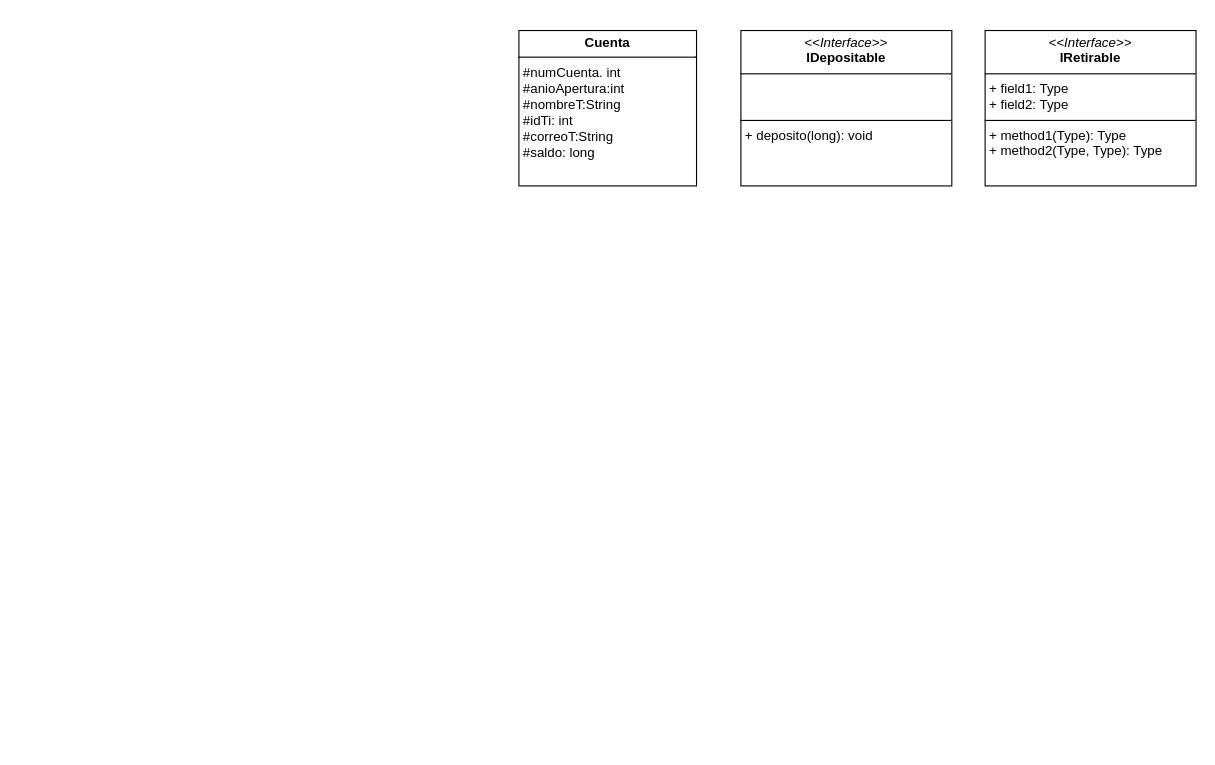
Above: DiagramaActividad7.drawio in Mariana909/Clases-Abstractas (draw.io), before the change. Source tidied: cells renumbered, new cells numbered last; positions are measured from the earlier drawing's top-left corner, leaving out a move shared by most shapes. Both pictures are drawn from the tidied source at 111%, with x=0, y=0 at pixel (518, 30).
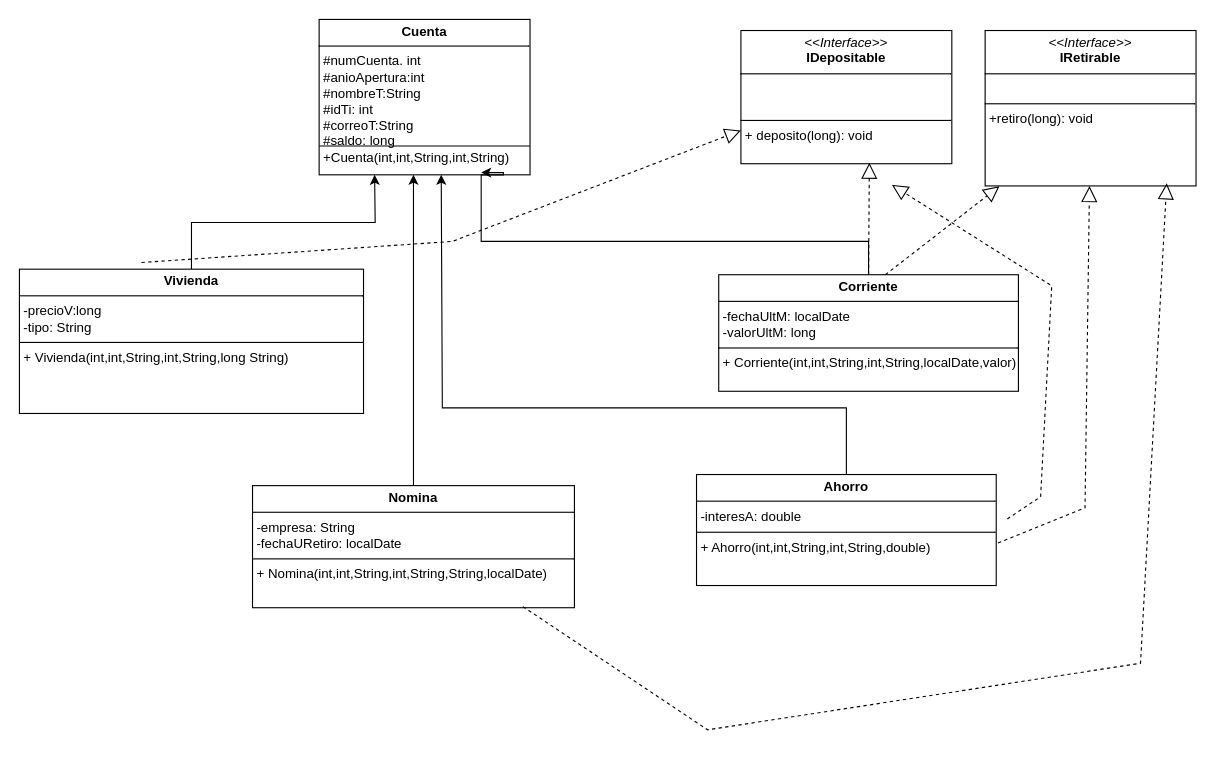
After the change.

The edit, as a diff of the source:
```diff
@@
-    <mxCell id="2" value="&lt;p style=&quot;margin:0px;margin-top:4px;text-align:center;&quot;&gt;&lt;b&gt;Cuenta&lt;/b&gt;&lt;/p&gt;&lt;hr size=&quot;1&quot; style=&quot;border-style:solid;&quot;&gt;&lt;p style=&quot;margin:0px;margin-left:4px;&quot;&gt;#numCuenta. int&lt;/p&gt;&lt;p style=&quot;margin:0px;margin-left:4px;&quot;&gt;#anioApertura:int&lt;/p&gt;&lt;p style=&quot;margin:0px;margin-left:4px;&quot;&gt;#nombreT:String&lt;/p&gt;&lt;p style=&quot;margin:0px;margin-left:4px;&quot;&gt;#idTi: int&lt;/p&gt;&lt;p style=&quot;margin:0px;margin-left:4px;&quot;&gt;#correoT:String&lt;/p&gt;&lt;p style=&quot;margin:0px;margin-left:4px;&quot;&gt;#saldo: long&lt;/p&gt;&lt;p style=&quot;margin:0px;margin-left:4px;&quot;&gt;&lt;br&gt;&lt;/p&gt;" style="verticalAlign=top;align=left;overflow=fill;html=1;whiteSpace=wrap;" parent="1" vertex="1">
-      <mxGeometry width="160" height="140" as="geometry" />
+    <mxCell id="2" value="&lt;p style=&quot;margin:0px;margin-top:4px;text-align:center;&quot;&gt;&lt;b&gt;Cuenta&lt;/b&gt;&lt;/p&gt;&lt;hr size=&quot;1&quot; style=&quot;border-style:solid;&quot;&gt;&lt;p style=&quot;margin:0px;margin-left:4px;&quot;&gt;#numCuenta. int&lt;/p&gt;&lt;p style=&quot;margin:0px;margin-left:4px;&quot;&gt;#anioApertura:int&lt;/p&gt;&lt;p style=&quot;margin:0px;margin-left:4px;&quot;&gt;#nombreT:String&lt;/p&gt;&lt;p style=&quot;margin:0px;margin-left:4px;&quot;&gt;#idTi: int&lt;/p&gt;&lt;p style=&quot;margin:0px;margin-left:4px;&quot;&gt;#correoT:String&lt;/p&gt;&lt;p style=&quot;margin:0px;margin-left:4px;&quot;&gt;#saldo: long&lt;/p&gt;&lt;p style=&quot;margin:0px;margin-left:4px;&quot;&gt;+Cuenta(int,int,String,int,String)&lt;/p&gt;" style="verticalAlign=top;align=left;overflow=fill;html=1;whiteSpace=wrap;" parent="1" vertex="1">
+      <mxGeometry x="-180" y="-10" width="190" height="140" as="geometry" />
     </mxCell>
     <mxCell id="3" value="&lt;p style=&quot;margin:0px;margin-top:4px;text-align:center;&quot;&gt;&lt;i&gt;&amp;lt;&amp;lt;Interface&amp;gt;&amp;gt;&lt;/i&gt;&lt;br&gt;&lt;b&gt;IDepositable&lt;/b&gt;&lt;/p&gt;&lt;hr size=&quot;1&quot; style=&quot;border-style:solid;&quot;&gt;&lt;p style=&quot;margin:0px;margin-left:4px;&quot;&gt;&lt;br&gt;&lt;br&gt;&lt;/p&gt;&lt;hr size=&quot;1&quot; style=&quot;border-style:solid;&quot;&gt;&lt;p style=&quot;margin:0px;margin-left:4px;&quot;&gt;+ deposito(long): void&lt;br&gt;&lt;br&gt;&lt;/p&gt;" style="verticalAlign=top;align=left;overflow=fill;html=1;whiteSpace=wrap;" parent="1" vertex="1">
-      <mxGeometry x="200" width="190" height="140" as="geometry" />
+      <mxGeometry x="200" width="190" height="120" as="geometry" />
     </mxCell>
-    <mxCell id="4" value="&lt;p style=&quot;margin:0px;margin-top:4px;text-align:center;&quot;&gt;&lt;i&gt;&amp;lt;&amp;lt;Interface&amp;gt;&amp;gt;&lt;/i&gt;&lt;br&gt;&lt;b&gt;IRetirable&lt;/b&gt;&lt;/p&gt;&lt;hr size=&quot;1&quot; style=&quot;border-style:solid;&quot;&gt;&lt;p style=&quot;margin:0px;margin-left:4px;&quot;&gt;+ field1: Type&lt;br&gt;+ field2: Type&lt;/p&gt;&lt;hr size=&quot;1&quot; style=&quot;border-style:solid;&quot;&gt;&lt;p style=&quot;margin:0px;margin-left:4px;&quot;&gt;+ method1(Type): Type&lt;br&gt;+ method2(Type, Type): Type&lt;/p&gt;" style="verticalAlign=top;align=left;overflow=fill;html=1;whiteSpace=wrap;" parent="1" vertex="1">
+    <mxCell id="4" value="&lt;p style=&quot;margin:0px;margin-top:4px;text-align:center;&quot;&gt;&lt;i&gt;&amp;lt;&amp;lt;Interface&amp;gt;&amp;gt;&lt;/i&gt;&lt;br&gt;&lt;b&gt;IRetirable&lt;/b&gt;&lt;/p&gt;&lt;hr size=&quot;1&quot; style=&quot;border-style:solid;&quot;&gt;&lt;p style=&quot;margin:0px;margin-left:4px;&quot;&gt;&lt;br&gt;&lt;/p&gt;&lt;hr size=&quot;1&quot; style=&quot;border-style:solid;&quot;&gt;&lt;p style=&quot;margin:0px;margin-left:4px;&quot;&gt;+retiro(long): void&lt;br&gt;&lt;br&gt;&lt;/p&gt;" style="verticalAlign=top;align=left;overflow=fill;html=1;whiteSpace=wrap;" parent="1" vertex="1">
       <mxGeometry x="420" width="190" height="140" as="geometry" />
     </mxCell>
+    <mxCell id="5" style="edgeStyle=orthogonalEdgeStyle;rounded=0;jettySize=auto;html=1;exitX=0.5;exitY=0;exitDx=0;exitDy=0;" parent="1" edge="1" source="6">
+      <mxGeometry relative="1" as="geometry">
+        <mxPoint x="-130" y="130" as="targetPoint" />
+      </mxGeometry>
+    </mxCell>
+    <mxCell id="6" value="&lt;p style=&quot;margin:0px;margin-top:4px;text-align:center;&quot;&gt;&lt;b&gt;Vivienda&lt;/b&gt;&lt;/p&gt;&lt;hr size=&quot;1&quot; style=&quot;border-style:solid;&quot;&gt;&lt;p style=&quot;margin:0px;margin-left:4px;&quot;&gt;-precioV:long&lt;/p&gt;&lt;p style=&quot;margin:0px;margin-left:4px;&quot;&gt;-tipo: String&lt;/p&gt;&lt;hr size=&quot;1&quot; style=&quot;border-style:solid;&quot;&gt;&lt;p style=&quot;margin:0px;margin-left:4px;&quot;&gt;+ Vivienda(int,int,String,int,String,long String)&lt;/p&gt;" style="verticalAlign=top;align=left;overflow=fill;html=1;whiteSpace=wrap;" parent="1" vertex="1">
+      <mxGeometry x="-450" y="215" width="310" height="130" as="geometry" />
+    </mxCell>
+    <mxCell id="7" value="&lt;p style=&quot;margin:0px;margin-top:4px;text-align:center;&quot;&gt;&lt;b&gt;Corriente&lt;/b&gt;&lt;/p&gt;&lt;hr size=&quot;1&quot; style=&quot;border-style:solid;&quot;&gt;&lt;p style=&quot;margin:0px;margin-left:4px;&quot;&gt;-fechaUltM: localDate&lt;/p&gt;&lt;p style=&quot;margin:0px;margin-left:4px;&quot;&gt;-valorUltM: long&lt;/p&gt;&lt;hr size=&quot;1&quot; style=&quot;border-style:solid;&quot;&gt;&lt;p style=&quot;margin:0px;margin-left:4px;&quot;&gt;+ Corriente(&lt;span style=&quot;background-color: initial;&quot;&gt;int,int,String,int,String,localDate,valor)&lt;/span&gt;&lt;/p&gt;" style="verticalAlign=top;align=left;overflow=fill;html=1;whiteSpace=wrap;" parent="1" vertex="1">
+      <mxGeometry x="180" y="220" width="270" height="105" as="geometry" />
+    </mxCell>
+    <mxCell id="8" style="edgeStyle=orthogonalEdgeStyle;rounded=0;jettySize=auto;html=1;exitX=0.5;exitY=0;exitDx=0;exitDy=0;" parent="1" edge="1" source="9">
+      <mxGeometry relative="1" as="geometry">
+        <mxPoint x="-70" y="130" as="targetPoint" />
+        <Array as="points">
+          <mxPoint x="295" y="340" />
+          <mxPoint x="-69" y="340" />
+        </Array>
+      </mxGeometry>
+    </mxCell>
+    <mxCell id="9" value="&lt;p style=&quot;margin:0px;margin-top:4px;text-align:center;&quot;&gt;&lt;b&gt;Ahorro&lt;/b&gt;&lt;/p&gt;&lt;hr size=&quot;1&quot; style=&quot;border-style:solid;&quot;&gt;&lt;p style=&quot;margin:0px;margin-left:4px;&quot;&gt;-interesA: double&lt;/p&gt;&lt;hr size=&quot;1&quot; style=&quot;border-style:solid;&quot;&gt;&lt;p style=&quot;margin:0px;margin-left:4px;&quot;&gt;+ Ahorro(&lt;span style=&quot;background-color: initial;&quot;&gt;int,int,String,int,String,double)&lt;/span&gt;&lt;/p&gt;" style="verticalAlign=top;align=left;overflow=fill;html=1;whiteSpace=wrap;" parent="1" vertex="1">
+      <mxGeometry x="160" y="400" width="270" height="100" as="geometry" />
+    </mxCell>
+    <mxCell id="10" style="edgeStyle=orthogonalEdgeStyle;rounded=0;jettySize=auto;html=1;exitX=0.5;exitY=0;exitDx=0;exitDy=0;" parent="1" edge="1" source="11">
+      <mxGeometry relative="1" as="geometry">
+        <mxPoint x="-95" y="130" as="targetPoint" />
+      </mxGeometry>
+    </mxCell>
+    <mxCell id="11" value="&lt;p style=&quot;margin:0px;margin-top:4px;text-align:center;&quot;&gt;&lt;b&gt;Nomina&lt;/b&gt;&lt;/p&gt;&lt;hr size=&quot;1&quot; style=&quot;border-style:solid;&quot;&gt;&lt;p style=&quot;margin:0px;margin-left:4px;&quot;&gt;-empresa: String&lt;/p&gt;&lt;p style=&quot;margin:0px;margin-left:4px;&quot;&gt;-fechaURetiro: localDate&lt;/p&gt;&lt;hr size=&quot;1&quot; style=&quot;border-style:solid;&quot;&gt;&lt;p style=&quot;margin:0px;margin-left:4px;&quot;&gt;+ Nomina(&lt;span style=&quot;background-color: initial;&quot;&gt;int,int,String,int,String,String,localDate)&lt;/span&gt;&lt;/p&gt;" style="verticalAlign=top;align=left;overflow=fill;html=1;whiteSpace=wrap;" parent="1" vertex="1">
+      <mxGeometry x="-240" y="410" width="290" height="110" as="geometry" />
+    </mxCell>
+    <mxCell id="12" style="line;strokeWidth=1;fillColor=none;align=left;verticalAlign=middle;spacingTop=-1;spacingLeft=3;spacingRight=3;labelPosition=right;strokeColor=inherit;" parent="1" vertex="1">
+      <mxGeometry x="-180" y="100" width="190" height="8" as="geometry" />
+    </mxCell>
+    <mxCell id="13" style="edgeStyle=orthogonalEdgeStyle;rounded=0;jettySize=auto;html=1;" parent="1" edge="1" source="7">
+      <mxGeometry relative="1" as="geometry">
+        <mxPoint x="-34" y="128" as="targetPoint" />
+        <Array as="points">
+          <mxPoint x="315" y="190" />
+          <mxPoint x="-34" y="190" />
+          <mxPoint x="-34" y="130" />
+          <mxPoint x="-14" y="130" />
+          <mxPoint x="-14" y="128" />
+        </Array>
+      </mxGeometry>
+    </mxCell>
+    <mxCell id="14" style="endArrow=block;dashed=1;endFill=0;endSize=12;html=1;rounded=0;exitX=0.5;exitY=0;exitDx=0;exitDy=0;entryX=0.609;entryY=0.992;entryDx=0;entryDy=0;entryPerimeter=0;" parent="1" edge="1" source="7" target="3">
+      <mxGeometry relative="1" as="geometry" />
+    </mxCell>
+    <mxCell id="15" style="endArrow=block;dashed=1;endFill=0;endSize=12;html=1;rounded=0;exitX=0.556;exitY=0;exitDx=0;exitDy=0;entryX=0.068;entryY=1.002;entryDx=0;entryDy=0;entryPerimeter=0;exitPerimeter=0;" parent="1" edge="1" source="7" target="4">
+      <mxGeometry relative="1" as="geometry" />
+    </mxCell>
+    <mxCell id="16" style="endArrow=block;dashed=1;endFill=0;endSize=12;html=1;rounded=0;entryX=0.609;entryY=0.992;entryDx=0;entryDy=0;entryPerimeter=0;" parent="1" edge="1">
+      <mxGeometry relative="1" as="geometry">
+        <mxPoint x="440" y="440" as="sourcePoint" />
+        <mxPoint x="336" y="139" as="targetPoint" />
+        <Array as="points">
+          <mxPoint x="470" y="420" />
+          <mxPoint x="480" y="230" />
+        </Array>
+      </mxGeometry>
+    </mxCell>
+    <mxCell id="17" style="endArrow=block;dashed=1;endFill=0;endSize=12;html=1;rounded=0;exitX=1.006;exitY=0.617;exitDx=0;exitDy=0;exitPerimeter=0;" parent="1" edge="1" source="9" target="4">
+      <mxGeometry relative="1" as="geometry">
+        <Array as="points">
+          <mxPoint x="510" y="430" />
+        </Array>
+      </mxGeometry>
+    </mxCell>
+    <mxCell id="18" style="endArrow=block;dashed=1;endFill=0;endSize=12;html=1;rounded=0;exitX=0.84;exitY=0.991;exitDx=0;exitDy=0;exitPerimeter=0;entryX=0.861;entryY=0.983;entryDx=0;entryDy=0;entryPerimeter=0;" parent="1" edge="1" source="11" target="4">
+      <mxGeometry relative="1" as="geometry">
+        <Array as="points">
+          <mxPoint x="170" y="630" />
+          <mxPoint x="560" y="570" />
+        </Array>
+      </mxGeometry>
+    </mxCell>
+    <mxCell id="19" style="endArrow=block;dashed=1;endFill=0;endSize=12;html=1;rounded=0;exitX=0.5;exitY=0;exitDx=0;exitDy=0;entryX=0;entryY=0.75;entryDx=0;entryDy=0;" parent="1" edge="1" target="3">
+      <mxGeometry relative="1" as="geometry">
+        <mxPoint x="-340" y="209" as="sourcePoint" />
+        <Array as="points">
+          <mxPoint x="-60" y="190" />
+        </Array>
+      </mxGeometry>
+    </mxCell>
```
